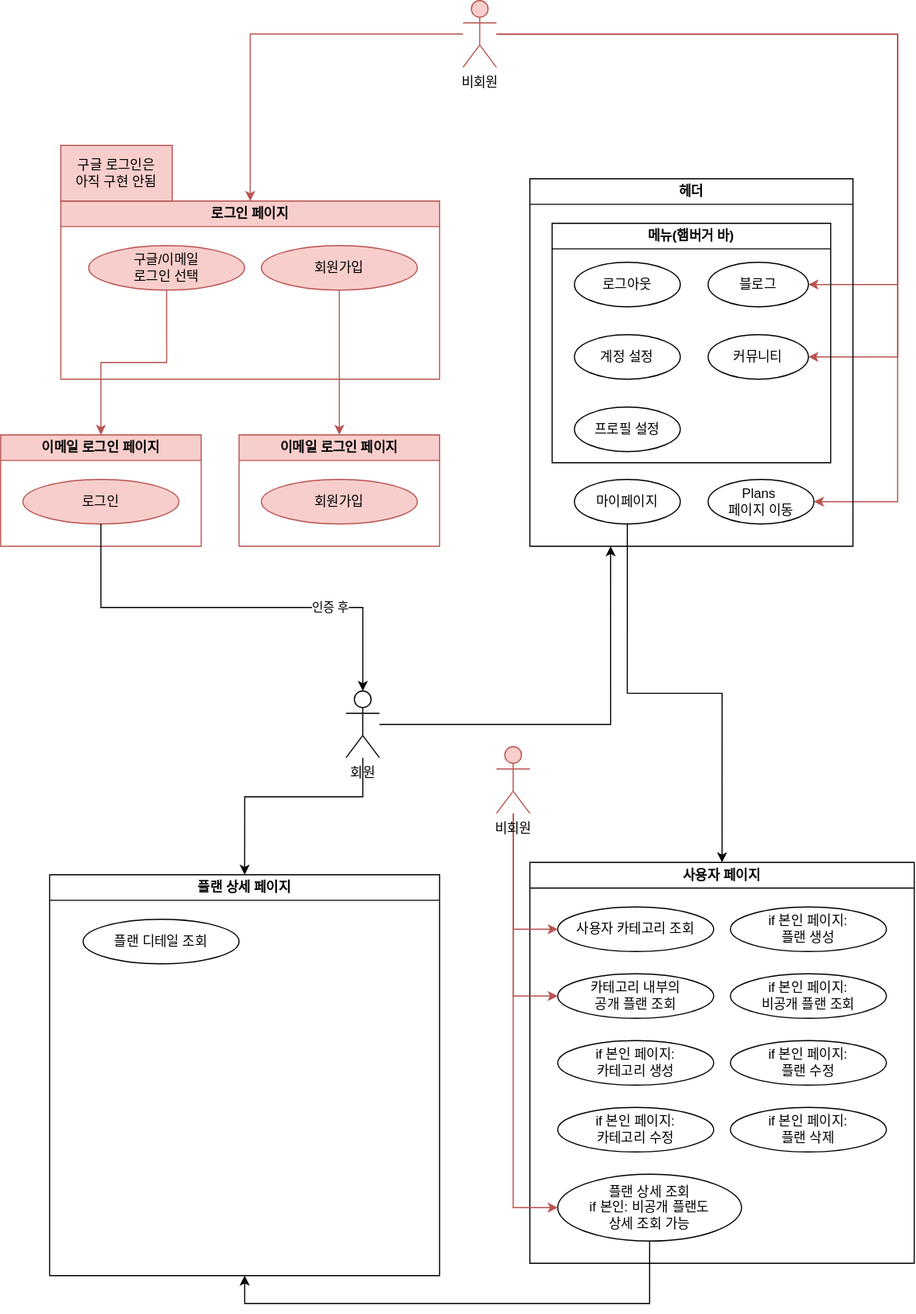
Before: tripwith.ui-usecase.drawio.svg, a diagram exported from draw.io (tripwith-dev/tripwith). Source tidied: cells renumbered, new cells last; positions are measured from the earlier drawing's top-left corner, leaving out a move shared by most shapes.
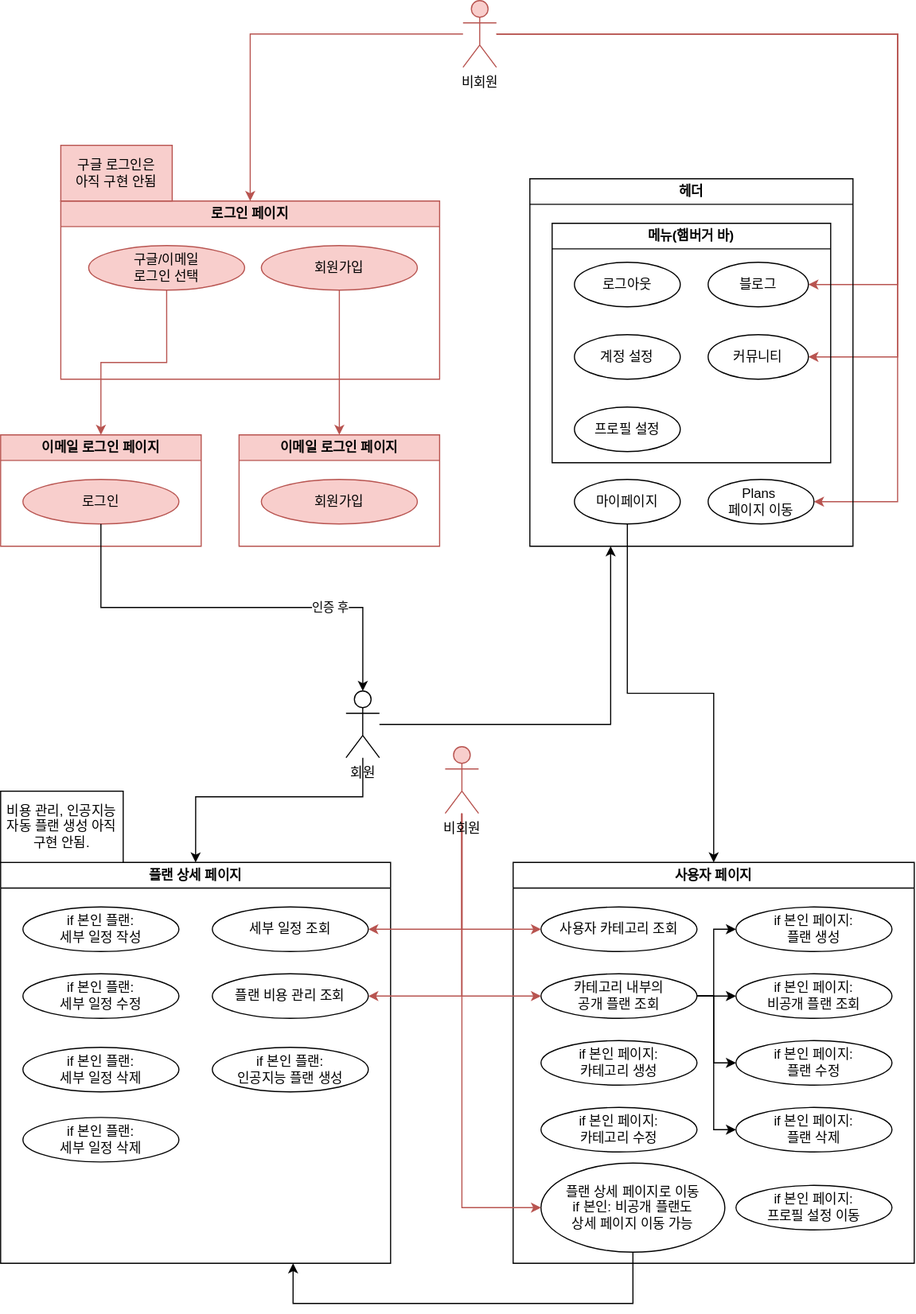
Later version of the same file.

Commit message:
docs: feat plan detail

Change to the diagram source:
```diff
@@ -45,11 +45,38 @@
       <mxGeometry x="54" y="130" width="100" height="50" as="geometry" />
     </mxCell>
     <mxCell id="11" value="사용자 페이지" style="swimlane;whiteSpace=wrap;html=1;" parent="1" vertex="1">
-      <mxGeometry x="475" y="774" width="345" height="360" as="geometry" />
+      <mxGeometry x="460" y="774" width="360" height="360" as="geometry" />
     </mxCell>
     <mxCell id="12" value="사용자 카테고리 조회" style="ellipse;whiteSpace=wrap;html=1;" parent="11" vertex="1">
       <mxGeometry x="25" y="40" width="140" height="40" as="geometry" />
     </mxCell>
+    <mxCell id="49" style="edgeStyle=orthogonalEdgeStyle;rounded=0;jettySize=auto;html=1;exitX=1;exitY=0.5;exitDx=0;exitDy=0;entryX=0;entryY=0.5;entryDx=0;entryDy=0;" parent="11" edge="1" source="13" target="16">
+      <mxGeometry relative="1" as="geometry">
+        <Array as="points">
+          <mxPoint x="180" y="120" />
+          <mxPoint x="180" y="60" />
+        </Array>
+      </mxGeometry>
+    </mxCell>
+    <mxCell id="50" style="edgeStyle=orthogonalEdgeStyle;rounded=0;jettySize=auto;html=1;exitX=1;exitY=0.5;exitDx=0;exitDy=0;entryX=0;entryY=0.5;entryDx=0;entryDy=0;" parent="11" edge="1" source="13" target="18">
+      <mxGeometry relative="1" as="geometry" />
+    </mxCell>
+    <mxCell id="51" style="edgeStyle=orthogonalEdgeStyle;rounded=0;jettySize=auto;html=1;exitX=1;exitY=0.5;exitDx=0;exitDy=0;entryX=0;entryY=0.5;entryDx=0;entryDy=0;" parent="11" edge="1" source="13" target="17">
+      <mxGeometry relative="1" as="geometry">
+        <Array as="points">
+          <mxPoint x="180" y="120" />
+          <mxPoint x="180" y="180" />
+        </Array>
+      </mxGeometry>
+    </mxCell>
+    <mxCell id="52" style="edgeStyle=orthogonalEdgeStyle;rounded=0;jettySize=auto;html=1;exitX=1;exitY=0.5;exitDx=0;exitDy=0;entryX=0;entryY=0.5;entryDx=0;entryDy=0;" parent="11" edge="1" source="13" target="19">
+      <mxGeometry relative="1" as="geometry">
+        <Array as="points">
+          <mxPoint x="180" y="120" />
+          <mxPoint x="180" y="240" />
+        </Array>
+      </mxGeometry>
+    </mxCell>
     <mxCell id="13" value="카테고리 내부의&lt;br&gt;공개 플랜 조회" style="ellipse;whiteSpace=wrap;html=1;" parent="11" vertex="1">
       <mxGeometry x="25" y="100" width="140" height="40" as="geometry" />
     </mxCell>
@@ -60,20 +87,23 @@
       <mxGeometry x="25" y="220" width="140" height="40" as="geometry" />
     </mxCell>
     <mxCell id="16" value="if 본인 페이지:&lt;br&gt;플랜 생성" style="ellipse;whiteSpace=wrap;html=1;" parent="11" vertex="1">
-      <mxGeometry x="180" y="40" width="140" height="40" as="geometry" />
+      <mxGeometry x="200" y="40" width="140" height="40" as="geometry" />
     </mxCell>
     <mxCell id="17" value="if 본인 페이지:&lt;br&gt;플랜 수정" style="ellipse;whiteSpace=wrap;html=1;" parent="11" vertex="1">
-      <mxGeometry x="180" y="160" width="140" height="40" as="geometry" />
+      <mxGeometry x="200" y="160" width="140" height="40" as="geometry" />
     </mxCell>
     <mxCell id="18" value="if 본인 페이지:&lt;br&gt;비공개 플랜 조회" style="ellipse;whiteSpace=wrap;html=1;" parent="11" vertex="1">
-      <mxGeometry x="180" y="100" width="140" height="40" as="geometry" />
+      <mxGeometry x="200" y="100" width="140" height="40" as="geometry" />
     </mxCell>
     <mxCell id="19" value="if 본인 페이지:&lt;br&gt;플랜 삭제" style="ellipse;whiteSpace=wrap;html=1;" parent="11" vertex="1">
-      <mxGeometry x="180" y="220" width="140" height="40" as="geometry" />
+      <mxGeometry x="200" y="220" width="140" height="40" as="geometry" />
     </mxCell>
-    <mxCell id="20" value="플랜 상세 조회&lt;br&gt;if 본인: 비공개 플랜도&lt;br&gt;상세 조회 가능" style="ellipse;whiteSpace=wrap;html=1;" parent="11" vertex="1">
-      <mxGeometry x="25" y="280" width="165" height="60" as="geometry" />
+    <mxCell id="20" value="플랜 상세 페이지로 이동&lt;br&gt;if 본인: 비공개 플랜도&lt;br&gt;상세 페이지 이동 가능" style="ellipse;whiteSpace=wrap;html=1;" parent="11" vertex="1">
+      <mxGeometry x="25" y="270" width="165" height="80" as="geometry" />
     </mxCell>
+    <mxCell id="53" value="if 본인 페이지:&lt;br&gt;프로필 설정 이동" style="ellipse;whiteSpace=wrap;html=1;" parent="11" vertex="1">
+      <mxGeometry x="200" y="290" width="140" height="40" as="geometry" />
+    </mxCell>
     <mxCell id="21" value="이메일 로그인 페이지" style="swimlane;whiteSpace=wrap;html=1;fillColor=#f8cecc;strokeColor=#b85450;" parent="1" vertex="1">
       <mxGeometry y="390" width="180" height="100" as="geometry" />
     </mxCell>
@@ -98,7 +128,8 @@
     <mxCell id="28" style="edgeStyle=orthogonalEdgeStyle;rounded=0;jettySize=auto;html=1;entryX=0.5;entryY=0;entryDx=0;entryDy=0;" parent="1" edge="1" source="29" target="32">
       <mxGeometry relative="1" as="geometry">
         <Array as="points">
-          <mxPoint x="219" y="715" />
+          <mxPoint x="325" y="715" />
+          <mxPoint x="175" y="715" />
         </Array>
       </mxGeometry>
     </mxCell>
@@ -112,19 +143,29 @@
       <mxGeometry x="0.46" y="1" relative="1" as="geometry" />
     </mxCell>
     <mxCell id="32" value="플랜 상세 페이지" style="swimlane;whiteSpace=wrap;html=1;" parent="1" vertex="1">
-      <mxGeometry x="44" y="785" width="350" height="360" as="geometry" />
+      <mxGeometry y="774" width="350" height="360" as="geometry" />
     </mxCell>
-    <mxCell id="33" value="플랜 디테일 조회" style="ellipse;whiteSpace=wrap;html=1;" parent="32" vertex="1">
-      <mxGeometry x="30" y="40" width="140" height="40" as="geometry" />
+    <mxCell id="33" value="세부 일정 조회" style="ellipse;whiteSpace=wrap;html=1;" parent="32" vertex="1">
+      <mxGeometry x="190" y="40" width="140" height="40" as="geometry" />
     </mxCell>
-    <mxCell id="34" style="edgeStyle=orthogonalEdgeStyle;rounded=0;jettySize=auto;html=1;exitX=0.5;exitY=1;exitDx=0;exitDy=0;entryX=0.5;entryY=1;entryDx=0;entryDy=0;" parent="1" edge="1" source="20" target="32">
-      <mxGeometry relative="1" as="geometry">
-        <Array as="points">
-          <mxPoint x="583" y="1170" />
-          <mxPoint x="219" y="1170" />
-        </Array>
-      </mxGeometry>
-    </mxCell>
+    <mxCell id="54" value="if 본인 플랜:&lt;br&gt;세부 일정 작성" style="ellipse;whiteSpace=wrap;html=1;" parent="32" vertex="1">
+      <mxGeometry x="20" y="40" width="140" height="40" as="geometry" />
+    </mxCell>
+    <mxCell id="55" value="플랜 비용 관리 조회" style="ellipse;whiteSpace=wrap;html=1;" parent="32" vertex="1">
+      <mxGeometry x="190" y="100" width="140" height="40" as="geometry" />
+    </mxCell>
+    <mxCell id="56" value="if 본인 플랜:&lt;br&gt;세부 일정 수정" style="ellipse;whiteSpace=wrap;html=1;" parent="32" vertex="1">
+      <mxGeometry x="20" y="100" width="140" height="40" as="geometry" />
+    </mxCell>
+    <mxCell id="57" value="if 본인 플랜:&lt;br&gt;세부 일정 삭제" style="ellipse;whiteSpace=wrap;html=1;" parent="32" vertex="1">
+      <mxGeometry x="20" y="166" width="140" height="40" as="geometry" />
+    </mxCell>
+    <mxCell id="58" value="if 본인 플랜:&lt;br&gt;세부 일정 삭제" style="ellipse;whiteSpace=wrap;html=1;" parent="32" vertex="1">
+      <mxGeometry x="20" y="229" width="140" height="40" as="geometry" />
+    </mxCell>
+    <mxCell id="59" value="if 본인 플랜:&lt;br&gt;인공지능 플랜 생성" style="ellipse;whiteSpace=wrap;html=1;" parent="32" vertex="1">
+      <mxGeometry x="190" y="166" width="140" height="40" as="geometry" />
+    </mxCell>
     <mxCell id="35" value="헤더" style="swimlane;whiteSpace=wrap;html=1;" parent="1" vertex="1">
       <mxGeometry x="475" y="160" width="290" height="330" as="geometry" />
     </mxCell>
@@ -158,26 +199,51 @@
     <mxCell id="45" style="edgeStyle=orthogonalEdgeStyle;rounded=0;jettySize=auto;html=1;entryX=0;entryY=0.5;entryDx=0;entryDy=0;fillColor=#f8cecc;strokeColor=#b85450;" parent="1" edge="1" source="48" target="13">
       <mxGeometry relative="1" as="geometry">
         <Array as="points">
-          <mxPoint x="460" y="894" />
+          <mxPoint x="414" y="894" />
         </Array>
       </mxGeometry>
     </mxCell>
     <mxCell id="46" style="edgeStyle=orthogonalEdgeStyle;rounded=0;jettySize=auto;html=1;entryX=0;entryY=0.5;entryDx=0;entryDy=0;fillColor=#f8cecc;strokeColor=#b85450;" parent="1" edge="1" source="48" target="12">
       <mxGeometry relative="1" as="geometry">
         <Array as="points">
-          <mxPoint x="460" y="834" />
+          <mxPoint x="414" y="834" />
         </Array>
       </mxGeometry>
     </mxCell>
     <mxCell id="47" style="edgeStyle=orthogonalEdgeStyle;rounded=0;jettySize=auto;html=1;entryX=0;entryY=0.5;entryDx=0;entryDy=0;fillColor=#f8cecc;strokeColor=#b85450;" parent="1" edge="1" source="48" target="20">
       <mxGeometry relative="1" as="geometry">
         <Array as="points">
-          <mxPoint x="460" y="1084" />
+          <mxPoint x="414" y="1084" />
         </Array>
       </mxGeometry>
     </mxCell>
+    <mxCell id="60" style="edgeStyle=orthogonalEdgeStyle;rounded=0;jettySize=auto;html=1;entryX=1;entryY=0.5;entryDx=0;entryDy=0;fillColor=#f8cecc;strokeColor=#b85450;" parent="1" edge="1" source="48" target="33">
+      <mxGeometry relative="1" as="geometry">
+        <Array as="points">
+          <mxPoint x="414" y="834" />
+        </Array>
+      </mxGeometry>
+    </mxCell>
+    <mxCell id="61" style="edgeStyle=orthogonalEdgeStyle;rounded=0;jettySize=auto;html=1;entryX=1;entryY=0.5;entryDx=0;entryDy=0;fillColor=#f8cecc;strokeColor=#b85450;" parent="1" edge="1" source="48" target="55">
+      <mxGeometry relative="1" as="geometry">
+        <Array as="points">
+          <mxPoint x="414" y="894" />
+        </Array>
+      </mxGeometry>
+    </mxCell>
     <mxCell id="48" value="비회원" style="shape=umlActor;verticalLabelPosition=bottom;verticalAlign=top;html=1;outlineConnect=0;fillColor=#f8cecc;strokeColor=#b85450;" parent="1" vertex="1">
-      <mxGeometry x="445" y="670" width="30" height="60" as="geometry" />
+      <mxGeometry x="399" y="670" width="30" height="60" as="geometry" />
     </mxCell>
+    <mxCell id="34" style="edgeStyle=orthogonalEdgeStyle;rounded=0;jettySize=auto;html=1;exitX=0.5;exitY=1;exitDx=0;exitDy=0;entryX=0.75;entryY=1;entryDx=0;entryDy=0;" parent="1" edge="1" source="20" target="32">
+      <mxGeometry relative="1" as="geometry">
+        <Array as="points">
+          <mxPoint x="568" y="1170" />
+          <mxPoint x="263" y="1170" />
+        </Array>
+      </mxGeometry>
+    </mxCell>
+    <mxCell id="62" value="비용 관리, 인공지능 자동 플랜 생성 아직 구현 안됨." style="rounded=0;whiteSpace=wrap;html=1;" parent="1" vertex="1">
+      <mxGeometry y="710" width="110" height="64" as="geometry" />
+    </mxCell>
   </root>
 </mxGraphModel>
```
